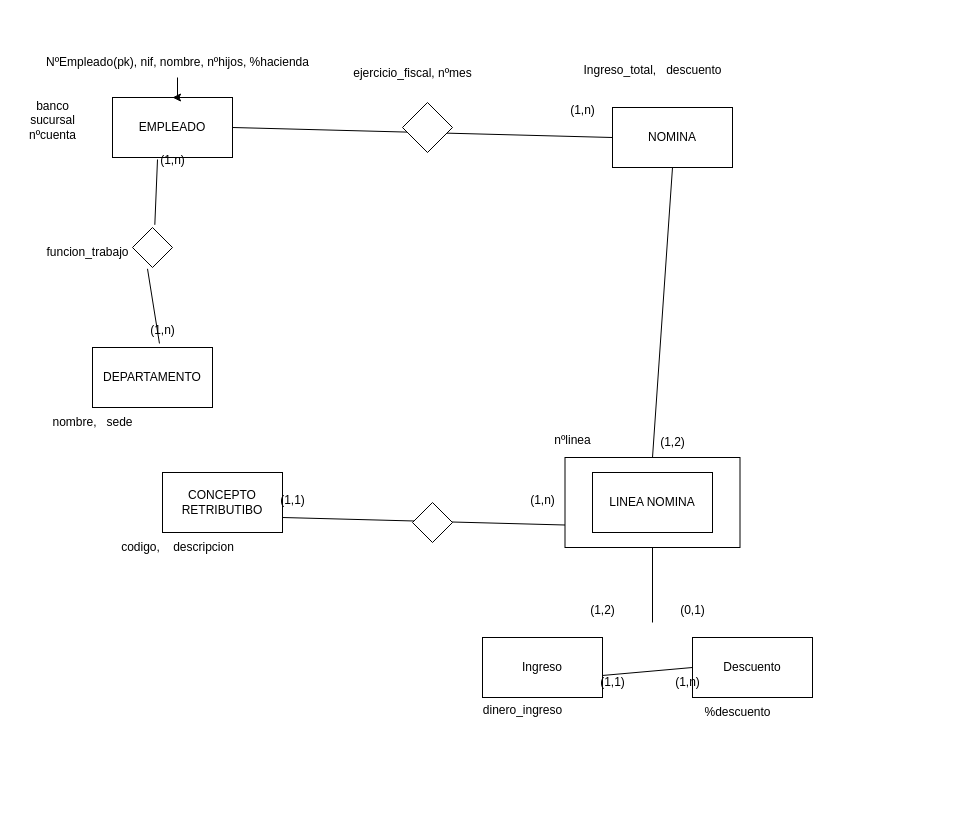
rubensp2811/BBDD keeps this draw.io diagram as 2.20.drawio. Above is the earlier version. Source tidied: cells renumbered, new cells numbered last; positions are measured from the earlier drawing's top-left corner, leaving out a move shared by most shapes. Both pictures are drawn from the tidied source at 100%, with x=0, y=0 at pixel (17, 47).
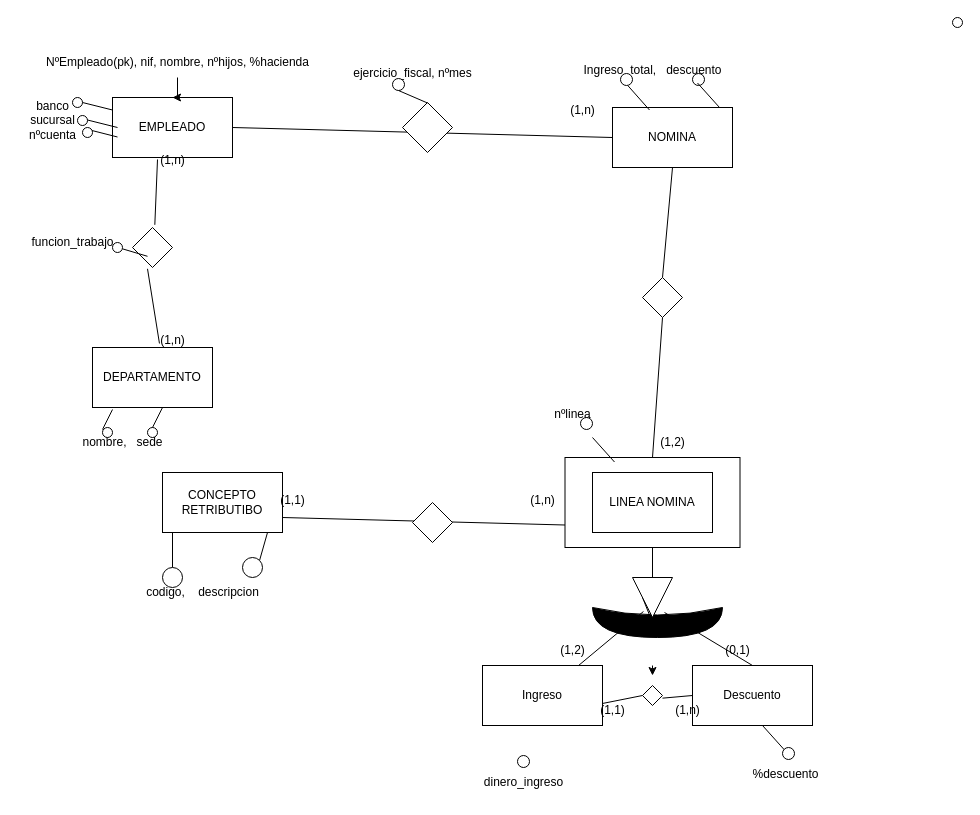
The same diagram, later.

Unchanged cells that the change refers to:
```xml
<mxCell id="3" value="NOMINA" style="whiteSpace=wrap;html=1;" parent="1" vertex="1">
  <mxGeometry x="595" y="60" width="120" height="60" as="geometry" />
</mxCell>
<mxCell id="6" style="whiteSpace=wrap;html=1;fillColor=none;" parent="1" vertex="1">
  <mxGeometry x="547.5" y="410" width="175" height="90" as="geometry" />
</mxCell>
<mxCell id="16" value="banco&lt;div&gt;sucursal&lt;/div&gt;&lt;div&gt;nºcuenta&lt;/div&gt;" style="text;html=1;align=center;verticalAlign=middle;points=[];strokeColor=none;fillColor=none;" parent="1" vertex="1">
  <mxGeometry y="43" width="70" height="60" as="geometry" />
</mxCell>
<mxCell id="24" value="Ingreso_total,&amp;nbsp; &amp;nbsp;descuento" style="text;html=1;align=center;verticalAlign=middle;points=[];strokeColor=none;fillColor=none;" parent="1" vertex="1">
  <mxGeometry x="555" y="8" width="160" height="30" as="geometry" />
</mxCell>
```

Change to the diagram source:
```diff
@@
-    <mxCell id="7" style="endArrow=none;html=1;rounded=0;entryX=0.5;entryY=1;entryDx=0;entryDy=0;" parent="1" edge="1" target="6">
-      <mxGeometry relative="1" as="geometry">
-        <mxPoint x="635" y="575" as="sourcePoint" />
-      </mxGeometry>
+    <mxCell id="7" style="endArrow=none;html=1;rounded=0;entryX=0.5;entryY=1;entryDx=0;entryDy=0;" parent="1" edge="1" source="44" target="6">
+      <mxGeometry relative="1" as="geometry" />
     </mxCell>
     <mxCell id="8" value="Ingreso" style="whiteSpace=wrap;html=1;" parent="1" vertex="1">
-      <mxGeometry x="465" y="590" width="120" height="60" as="geometry" />
+      <mxGeometry x="465" y="618" width="120" height="60" as="geometry" />
     </mxCell>
     <mxCell id="9" value="Descuento" style="whiteSpace=wrap;html=1;" parent="1" vertex="1">
-      <mxGeometry x="675" y="590" width="120" height="60" as="geometry" />
+      <mxGeometry x="675" y="618" width="120" height="60" as="geometry" />
     </mxCell>
@@
-    <mxCell id="20" value="(1,n)" style="text;html=1;align=center;verticalAlign=middle;strokeColor=none;fillColor=none;" parent="1" vertex="1">
-      <mxGeometry x="120" y="268" width="50" height="30" as="geometry" />
-    </mxCell>
     <mxCell id="21" value="funcion_trabajo" style="text;html=1;align=center;verticalAlign=middle;strokeColor=none;fillColor=none;" parent="1" vertex="1">
-      <mxGeometry x="15" y="190" width="110" height="30" as="geometry" />
+      <mxGeometry y="180" width="110" height="30" as="geometry" />
     </mxCell>
@@
     <mxCell id="23" value="nombre,&amp;nbsp; &amp;nbsp;sede" style="text;html=1;align=center;verticalAlign=middle;strokeColor=none;fillColor=none;" parent="1" vertex="1">
-      <mxGeometry x="25" y="360" width="100" height="30" as="geometry" />
+      <mxGeometry x="55" y="380" width="100" height="30" as="geometry" />
     </mxCell>
@@
-    <mxCell id="26" style="endArrow=none;html=1;rounded=0;entryX=0.5;entryY=1;entryDx=0;entryDy=0;exitX=0.5;exitY=0;exitDx=0;exitDy=0;" parent="1" edge="1" source="6" target="3">
+    <mxCell id="26" style="endArrow=none;html=1;rounded=0;entryX=0.5;entryY=1;entryDx=0;entryDy=0;exitX=0.5;exitY=0;exitDx=0;exitDy=0;" parent="1" edge="1" source="79" target="3">
       <mxGeometry relative="1" as="geometry" />
     </mxCell>
@@
     <mxCell id="28" value="(0,1)" style="text;html=1;align=center;verticalAlign=middle;strokeColor=none;fillColor=none;" parent="1" vertex="1">
-      <mxGeometry x="650" y="548" width="50" height="30" as="geometry" />
+      <mxGeometry x="695" y="588" width="50" height="30" as="geometry" />
     </mxCell>
     <mxCell id="29" value="(1,2)" style="text;html=1;align=center;verticalAlign=middle;strokeColor=none;fillColor=none;" parent="1" vertex="1">
-      <mxGeometry x="560" y="548" width="50" height="30" as="geometry" />
+      <mxGeometry x="530" y="588" width="50" height="30" as="geometry" />
     </mxCell>
     <mxCell id="30" value="nºlinea" style="text;html=1;align=center;verticalAlign=middle;strokeColor=none;fillColor=none;" parent="1" vertex="1">
-      <mxGeometry x="525" y="378" width="60" height="30" as="geometry" />
+      <mxGeometry x="525" y="352" width="60" height="30" as="geometry" />
     </mxCell>
@@
     <mxCell id="33" value="codigo,&amp;nbsp; &amp;nbsp; descripcion" style="text;html=1;align=center;verticalAlign=middle;strokeColor=none;fillColor=none;" parent="1" vertex="1">
-      <mxGeometry x="90" y="485" width="140" height="30" as="geometry" />
+      <mxGeometry x="115" y="530" width="140" height="30" as="geometry" />
     </mxCell>
@@
     <mxCell id="36" value="%descuento" style="text;html=1;align=center;verticalAlign=middle;strokeColor=none;fillColor=none;" parent="1" vertex="1">
-      <mxGeometry x="675" y="650" width="90" height="30" as="geometry" />
+      <mxGeometry x="722.5" y="712" width="90" height="30" as="geometry" />
     </mxCell>
-    <mxCell id="37" style="endArrow=none;html=1;rounded=0;entryX=0;entryY=0.5;entryDx=0;entryDy=0;exitX=1;exitY=0.633;exitDx=0;exitDy=0;exitPerimeter=0;" parent="1" edge="1" source="8" target="9">
+    <mxCell id="37" style="endArrow=none;html=1;rounded=0;entryX=0;entryY=0.5;entryDx=0;entryDy=0;exitX=1;exitY=0.633;exitDx=0;exitDy=0;exitPerimeter=0;" parent="1" edge="1" source="73" target="9">
       <mxGeometry relative="1" as="geometry" />
     </mxCell>
     <mxCell id="38" value="(1,1)" style="text;html=1;align=center;verticalAlign=middle;strokeColor=none;fillColor=none;" parent="1" vertex="1">
-      <mxGeometry x="570" y="620" width="50" height="30" as="geometry" />
+      <mxGeometry x="570" y="648" width="50" height="30" as="geometry" />
     </mxCell>
     <mxCell id="39" value="(1,n)" style="text;html=1;align=center;verticalAlign=middle;strokeColor=none;fillColor=none;" parent="1" vertex="1">
-      <mxGeometry x="645" y="620" width="50" height="30" as="geometry" />
+      <mxGeometry x="645" y="648" width="50" height="30" as="geometry" />
     </mxCell>
     <mxCell id="40" value="dinero_ingreso" style="text;html=1;align=center;verticalAlign=middle;strokeColor=none;fillColor=none;" parent="1" vertex="1">
-      <mxGeometry x="455" y="648" width="100" height="30" as="geometry" />
+      <mxGeometry x="456" y="720" width="100" height="30" as="geometry" />
     </mxCell>
+    <mxCell id="41" style="edgeStyle=orthogonalEdgeStyle;rounded=0;orthogonalLoop=1;jettySize=auto;html=1;exitX=1;exitY=0.5;exitDx=0;exitDy=0;exitPerimeter=0;" parent="1" edge="1">
+      <mxGeometry relative="1" as="geometry">
+        <mxPoint x="635" y="618" as="sourcePoint" />
+        <mxPoint x="635" y="628" as="targetPoint" />
+      </mxGeometry>
+    </mxCell>
+    <mxCell id="42" style="shape=xor;whiteSpace=wrap;html=1;direction=south;fillColor=#000000;" parent="1" vertex="1">
+      <mxGeometry x="575" y="560" width="130" height="30" as="geometry" />
+    </mxCell>
+    <mxCell id="43" style="endArrow=none;html=1;rounded=0;entryX=0.5;entryY=1;entryDx=0;entryDy=0;" parent="1" edge="1" target="44">
+      <mxGeometry relative="1" as="geometry">
+        <mxPoint x="635" y="575" as="sourcePoint" />
+      </mxGeometry>
+    </mxCell>
+    <mxCell id="44" style="triangle;whiteSpace=wrap;html=1;direction=south;" parent="1" vertex="1">
+      <mxGeometry x="615" y="530" width="40" height="40" as="geometry" />
+    </mxCell>
+    <mxCell id="45" style="endArrow=none;html=1;rounded=0;entryX=0.133;entryY=0.608;entryDx=0;entryDy=0;entryPerimeter=0;" parent="1" edge="1" source="8" target="42">
+      <mxGeometry relative="1" as="geometry" />
+    </mxCell>
+    <mxCell id="46" style="endArrow=none;html=1;rounded=0;entryX=0.5;entryY=0;entryDx=0;entryDy=0;exitX=0.167;exitY=0.446;exitDx=0;exitDy=0;exitPerimeter=0;" parent="1" edge="1" source="42" target="9">
+      <mxGeometry relative="1" as="geometry" />
+    </mxCell>
+    <mxCell id="47" style="endArrow=none;html=1;rounded=0;exitX=1;exitY=0;exitDx=0;exitDy=0;" parent="1" edge="1" source="48">
+      <mxGeometry relative="1" as="geometry">
+        <mxPoint x="250" y="485" as="targetPoint" />
+      </mxGeometry>
+    </mxCell>
+    <mxCell id="48" style="ellipse;whiteSpace=wrap;html=1;" parent="1" vertex="1">
+      <mxGeometry x="225" y="510" width="20" height="20" as="geometry" />
+    </mxCell>
+    <mxCell id="49" style="endArrow=none;html=1;rounded=0;exitX=0.5;exitY=0;exitDx=0;exitDy=0;" parent="1" edge="1" source="50">
+      <mxGeometry relative="1" as="geometry">
+        <mxPoint x="155" y="485" as="targetPoint" />
+      </mxGeometry>
+    </mxCell>
+    <mxCell id="50" style="ellipse;whiteSpace=wrap;html=1;" parent="1" vertex="1">
+      <mxGeometry x="145" y="520" width="20" height="20" as="geometry" />
+    </mxCell>
+    <mxCell id="51" style="endArrow=none;html=1;rounded=0;entryX=0;entryY=0.25;entryDx=0;entryDy=0;" parent="1" edge="1" source="16">
+      <mxGeometry relative="1" as="geometry">
+        <mxPoint x="100" y="89.5" as="targetPoint" />
+      </mxGeometry>
+    </mxCell>
+    <mxCell id="52" style="ellipse;whiteSpace=wrap;html=1;" parent="1" vertex="1">
+      <mxGeometry x="65" y="80" width="10" height="10" as="geometry" />
+    </mxCell>
+    <mxCell id="53" style="ellipse;whiteSpace=wrap;html=1;" parent="1" vertex="1">
+      <mxGeometry x="60" y="68" width="10" height="10" as="geometry" />
+    </mxCell>
+    <mxCell id="54" style="ellipse;whiteSpace=wrap;html=1;" parent="1" vertex="1">
+      <mxGeometry x="55" y="50" width="10" height="10" as="geometry" />
+    </mxCell>
+    <mxCell id="55" style="endArrow=none;html=1;rounded=0;entryX=0;entryY=0.25;entryDx=0;entryDy=0;" parent="1" edge="1">
+      <mxGeometry relative="1" as="geometry">
+        <mxPoint x="70" y="72.5" as="sourcePoint" />
+        <mxPoint x="100" y="80" as="targetPoint" />
+      </mxGeometry>
+    </mxCell>
+    <mxCell id="56" style="endArrow=none;html=1;rounded=0;entryX=0;entryY=0.25;entryDx=0;entryDy=0;" parent="1" edge="1">
+      <mxGeometry relative="1" as="geometry">
+        <mxPoint x="65" y="55" as="sourcePoint" />
+        <mxPoint x="95" y="62.5" as="targetPoint" />
+      </mxGeometry>
+    </mxCell>
+    <mxCell id="57" style="endArrow=none;html=1;rounded=0;entryX=0;entryY=0.25;entryDx=0;entryDy=0;" parent="1" edge="1" source="59">
+      <mxGeometry relative="1" as="geometry">
+        <mxPoint x="130" y="208.8" as="targetPoint" />
+      </mxGeometry>
+    </mxCell>
+    <mxCell id="58" style="endArrow=none;html=1;rounded=0;entryX=0;entryY=0.25;entryDx=0;entryDy=0;" parent="1" edge="1" target="59">
+      <mxGeometry relative="1" as="geometry">
+        <mxPoint x="100" y="201.2" as="sourcePoint" />
+      </mxGeometry>
+    </mxCell>
+    <mxCell id="59" style="ellipse;whiteSpace=wrap;html=1;" parent="1" vertex="1">
+      <mxGeometry x="95" y="195" width="10" height="10" as="geometry" />
+    </mxCell>
+    <mxCell id="60" style="ellipse;whiteSpace=wrap;html=1;" parent="1" vertex="1">
+      <mxGeometry x="935" y="-30" width="10" height="10" as="geometry" />
+    </mxCell>
+    <mxCell id="61" style="ellipse;whiteSpace=wrap;html=1;" parent="1" vertex="1">
+      <mxGeometry x="375" y="31" width="12" height="12" as="geometry" />
+    </mxCell>
+    <mxCell id="62" style="endArrow=none;html=1;rounded=0;entryX=0;entryY=0.25;entryDx=0;entryDy=0;exitX=0.5;exitY=1;exitDx=0;exitDy=0;" parent="1" edge="1" source="61">
+      <mxGeometry relative="1" as="geometry">
+        <mxPoint x="410" y="55.5" as="targetPoint" />
+      </mxGeometry>
+    </mxCell>
+    <mxCell id="63" style="ellipse;whiteSpace=wrap;html=1;" parent="1" vertex="1">
+      <mxGeometry x="603" y="26" width="12" height="12" as="geometry" />
+    </mxCell>
+    <mxCell id="64" style="ellipse;whiteSpace=wrap;html=1;" parent="1" vertex="1">
+      <mxGeometry x="675" y="26" width="12" height="12" as="geometry" />
+    </mxCell>
+    <mxCell id="65" style="endArrow=none;html=1;rounded=0;entryX=0;entryY=0.25;entryDx=0;entryDy=0;exitX=0.346;exitY=1.004;exitDx=0;exitDy=0;exitPerimeter=0;" parent="1" edge="1" source="24">
+      <mxGeometry relative="1" as="geometry">
+        <mxPoint x="632" y="62.5" as="targetPoint" />
+      </mxGeometry>
+    </mxCell>
+    <mxCell id="66" style="endArrow=none;html=1;rounded=0;entryX=0;entryY=0.25;entryDx=0;entryDy=0;exitX=0.346;exitY=1.004;exitDx=0;exitDy=0;exitPerimeter=0;" parent="1" edge="1">
+      <mxGeometry relative="1" as="geometry">
+        <mxPoint x="680" y="35.5" as="sourcePoint" />
+        <mxPoint x="702" y="60" as="targetPoint" />
+      </mxGeometry>
+    </mxCell>
+    <mxCell id="67" style="endArrow=none;html=1;rounded=0;entryX=0;entryY=0.25;entryDx=0;entryDy=0;exitX=0.346;exitY=1.004;exitDx=0;exitDy=0;exitPerimeter=0;" parent="1" edge="1">
+      <mxGeometry relative="1" as="geometry">
+        <mxPoint x="575" y="390" as="sourcePoint" />
+        <mxPoint x="597" y="414.5" as="targetPoint" />
+      </mxGeometry>
+    </mxCell>
+    <mxCell id="68" style="ellipse;whiteSpace=wrap;html=1;" parent="1" vertex="1">
+      <mxGeometry x="563" y="370" width="12" height="12" as="geometry" />
+    </mxCell>
+    <mxCell id="69" style="ellipse;whiteSpace=wrap;html=1;" parent="1" vertex="1">
+      <mxGeometry x="500" y="708" width="12" height="12" as="geometry" />
+    </mxCell>
+    <mxCell id="70" style="endArrow=none;html=1;rounded=0;entryX=0;entryY=0.25;entryDx=0;entryDy=0;exitX=0.346;exitY=1.004;exitDx=0;exitDy=0;exitPerimeter=0;" parent="1" edge="1">
+      <mxGeometry relative="1" as="geometry">
+        <mxPoint x="745" y="678" as="sourcePoint" />
+        <mxPoint x="767" y="702.5" as="targetPoint" />
+      </mxGeometry>
+    </mxCell>
+    <mxCell id="71" style="ellipse;whiteSpace=wrap;html=1;" parent="1" vertex="1">
+      <mxGeometry x="765" y="700" width="12" height="12" as="geometry" />
+    </mxCell>
+    <mxCell id="72" style="endArrow=none;html=1;rounded=0;entryX=0;entryY=0.5;entryDx=0;entryDy=0;exitX=1;exitY=0.633;exitDx=0;exitDy=0;exitPerimeter=0;" parent="1" edge="1" source="8" target="73">
+      <mxGeometry relative="1" as="geometry" />
+    </mxCell>
+    <mxCell id="73" style="rhombus;whiteSpace=wrap;html=1;" parent="1" vertex="1">
+      <mxGeometry x="625" y="638" width="20" height="20" as="geometry" />
+    </mxCell>
+    <mxCell id="20" value="(1,n)" style="text;html=1;align=center;verticalAlign=middle;strokeColor=none;fillColor=none;" parent="1" vertex="1">
+      <mxGeometry x="130" y="278" width="50" height="30" as="geometry" />
+    </mxCell>
+    <mxCell id="74" style="ellipse;whiteSpace=wrap;html=1;" parent="1" vertex="1">
+      <mxGeometry x="85" y="380" width="10" height="10" as="geometry" />
+    </mxCell>
+    <mxCell id="75" style="ellipse;whiteSpace=wrap;html=1;" parent="1" vertex="1">
+      <mxGeometry x="130" y="380" width="10" height="10" as="geometry" />
+    </mxCell>
+    <mxCell id="76" style="endArrow=none;html=1;rounded=0;exitX=0.5;exitY=0;exitDx=0;exitDy=0;" parent="1" edge="1" source="75">
+      <mxGeometry relative="1" as="geometry">
+        <mxPoint x="145" y="360" as="targetPoint" />
+      </mxGeometry>
+    </mxCell>
+    <mxCell id="77" style="endArrow=none;html=1;rounded=0;exitX=0.5;exitY=0;exitDx=0;exitDy=0;" parent="1" edge="1">
+      <mxGeometry relative="1" as="geometry">
+        <mxPoint x="85" y="382" as="sourcePoint" />
+        <mxPoint x="95" y="362" as="targetPoint" />
+      </mxGeometry>
+    </mxCell>
+    <mxCell id="78" style="endArrow=none;html=1;rounded=0;entryX=0.5;entryY=1;entryDx=0;entryDy=0;exitX=0.5;exitY=0;exitDx=0;exitDy=0;" parent="1" edge="1" source="6" target="79">
+      <mxGeometry relative="1" as="geometry" />
+    </mxCell>
+    <mxCell id="79" style="rhombus;whiteSpace=wrap;html=1;" parent="1" vertex="1">
+      <mxGeometry x="625" y="230" width="40" height="40" as="geometry" />
+    </mxCell>
```
